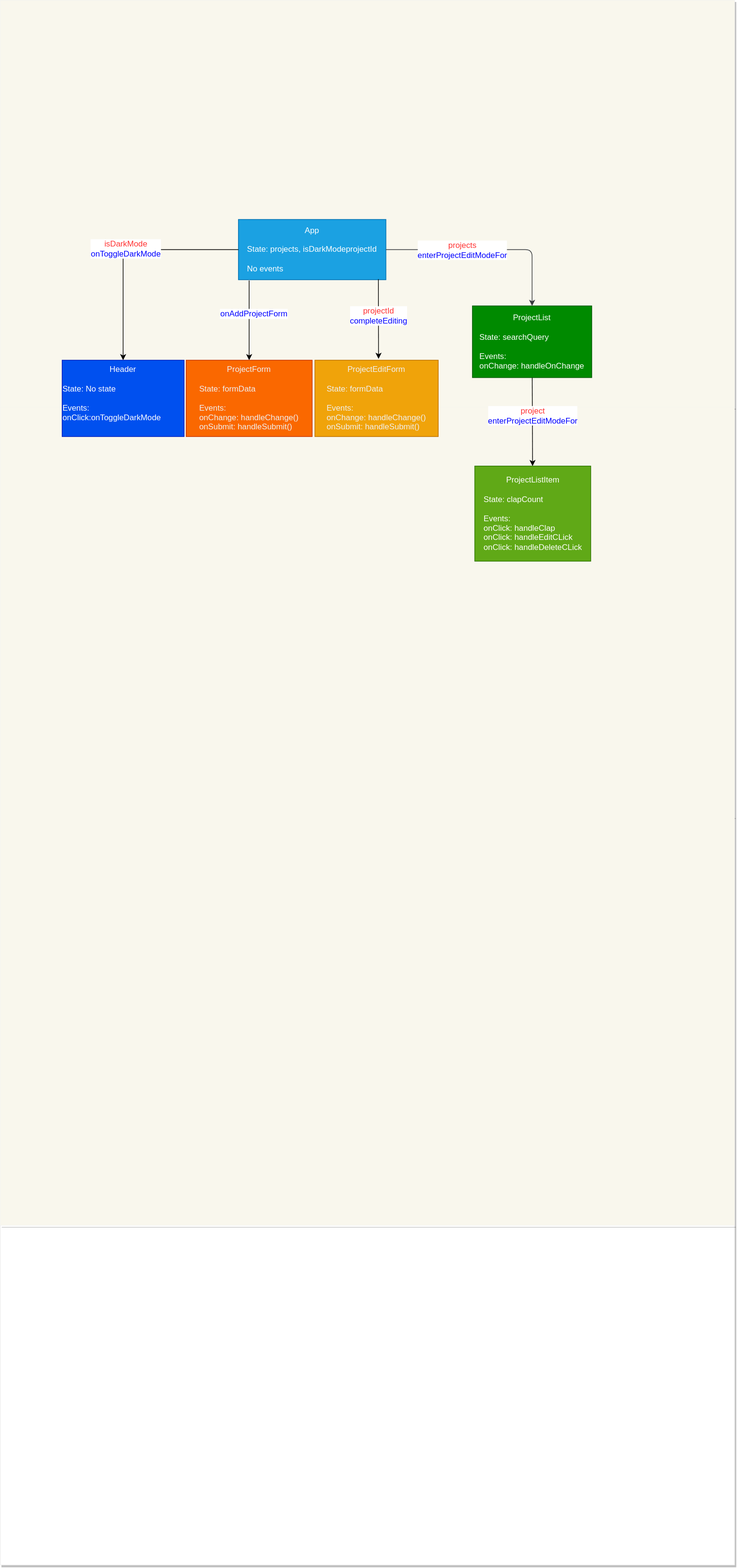
The draw.io diagram 06_PATCH_DELETE/project_showcase/src/components-diagram.drawio.svg in learn-co-students/SENG-LIVE-062722-Phase-2, before a commit. Source tidied: cells renumbered, new cells last; positions are measured from the earlier drawing's top-left corner, leaving out a move shared by most shapes.
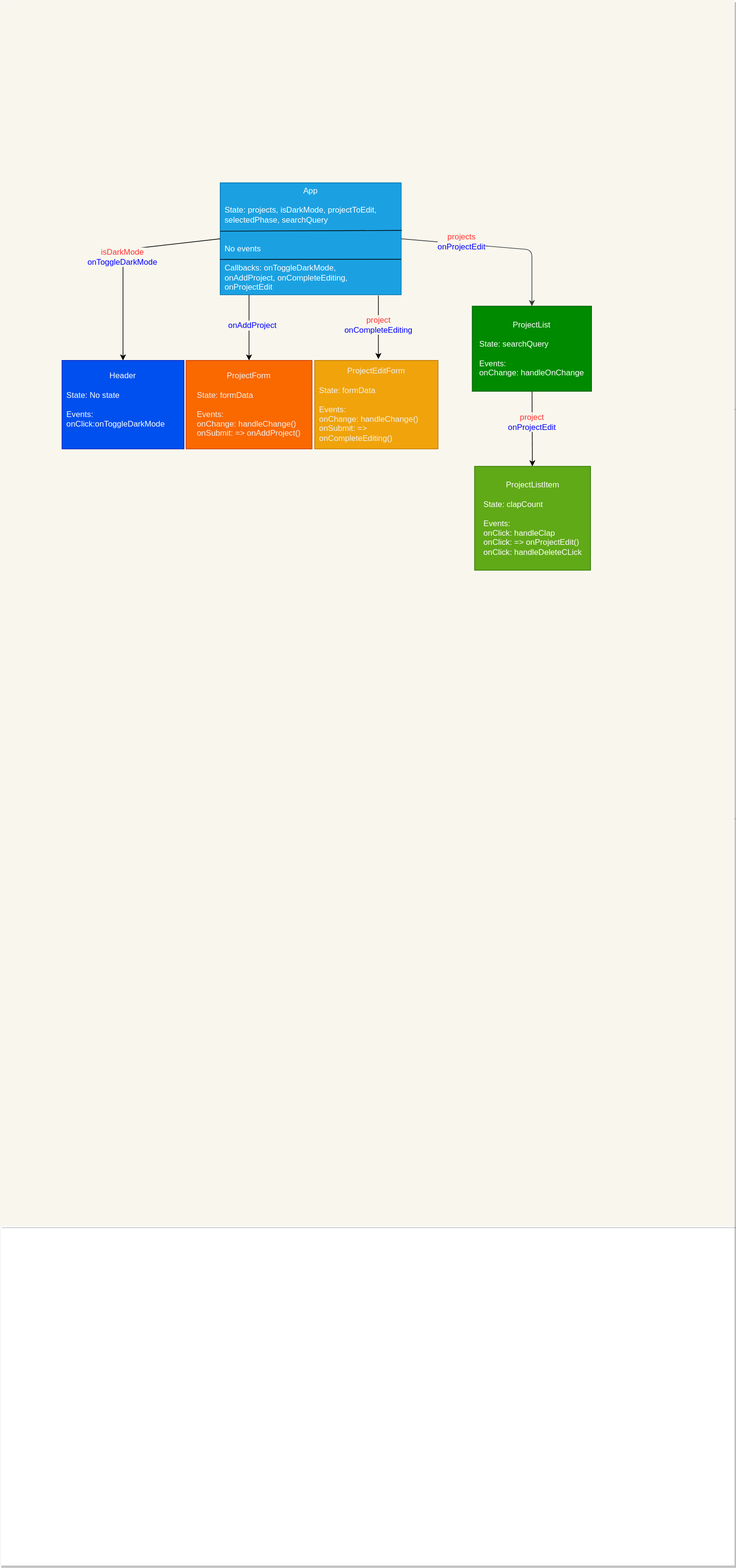
After the commit.

Change to the diagram source:
```diff
@@ -8,7 +8,7 @@
     <mxCell id="3" style="shape=partialRectangle;fillColor=none;top=0;left=0;bottom=0;right=0;" parent="2" vertex="1">
       <mxGeometry width="1095" height="607" as="geometry" />
     </mxCell>
-    <mxCell id="4" style="shape=partialRectangle;html=1;whiteSpace=wrap;overflow=hidden;fillColor=#f9f7ed;top=0;left=0;bottom=0;right=0;strokeColor=#36393d;" parent="3" vertex="1">
+    <mxCell id="4" style="shape=partialRectangle;html=1;whiteSpace=wrap;overflow=hidden;fillColor=#F9F7ED;top=0;left=0;bottom=0;right=0;strokeColor=#36393d;" parent="3" vertex="1">
       <mxGeometry width="1095" height="607" as="geometry" />
     </mxCell>
     <mxCell id="5" style="shape=partialRectangle;fillColor=none;top=0;left=0;bottom=0;right=0;" parent="2" vertex="1">
@@ -37,23 +37,23 @@
         </Array>
       </mxGeometry>
     </mxCell>
-    <mxCell id="12" value="App&lt;br&gt;&lt;br&gt;&lt;div style=&quot;text-align: left&quot;&gt;&lt;span&gt;State: projects, isDarkModeprojectId&lt;/span&gt;&lt;/div&gt;&lt;div style=&quot;text-align: left&quot;&gt;&lt;br&gt;&lt;/div&gt;&lt;div style=&quot;text-align: left&quot;&gt;&lt;span&gt;No events&lt;/span&gt;&lt;/div&gt;" style="rounded=0;whiteSpace=wrap;html=1;fillColor=#1ba1e2;fontColor=#ffffff;strokeColor=#006EAF;" parent="1" vertex="1">
-      <mxGeometry x="355" y="327" width="220" height="90" as="geometry" />
+    <mxCell id="12" value="App&lt;br&gt;&lt;br&gt;&lt;div style=&quot;text-align: left&quot;&gt;&lt;span&gt;State: projects, isDarkMode, projectToEdit, selectedPhase, searchQuery&lt;/span&gt;&lt;/div&gt;&lt;div style=&quot;text-align: left&quot;&gt;&lt;br&gt;&lt;/div&gt;&lt;div style=&quot;text-align: left&quot;&gt;&lt;br&gt;&lt;/div&gt;&lt;div style=&quot;text-align: left&quot;&gt;&lt;span&gt;No events&lt;/span&gt;&lt;/div&gt;&lt;div style=&quot;text-align: left&quot;&gt;&lt;br&gt;&lt;/div&gt;&lt;div style=&quot;text-align: left&quot;&gt;&lt;span&gt;Callbacks: onToggleDarkMode,&lt;/span&gt;&lt;/div&gt;&lt;div style=&quot;text-align: left&quot;&gt;&lt;span&gt;onAddProject, onCompleteEditing,&lt;/span&gt;&lt;/div&gt;&lt;div style=&quot;text-align: left&quot;&gt;&lt;span&gt;onProjectEdit&lt;/span&gt;&lt;/div&gt;" style="rounded=0;whiteSpace=wrap;html=1;fillColor=#1ba1e2;fontColor=#ffffff;strokeColor=#006EAF;spacingLeft=0;spacingBottom=0;spacingTop=0;spacingRight=0;spacing=8;" parent="1" vertex="1">
+      <mxGeometry x="328" y="272" width="270" height="167" as="geometry" />
     </mxCell>
-    <mxCell id="13" value="Header&lt;br&gt;&lt;br&gt;&lt;div style=&quot;text-align: left&quot;&gt;&lt;span&gt;State: No state&lt;/span&gt;&lt;/div&gt;&lt;div style=&quot;text-align: left&quot;&gt;&lt;br&gt;&lt;/div&gt;&lt;div style=&quot;text-align: left&quot;&gt;&lt;span&gt;Events: onClick:onToggleDarkMode&lt;/span&gt;&lt;/div&gt;&lt;div style=&quot;text-align: left&quot;&gt;&lt;span&gt;&lt;br&gt;&lt;/span&gt;&lt;/div&gt;" style="rounded=0;whiteSpace=wrap;html=1;fillColor=#0050ef;fontColor=#ffffff;strokeColor=#001DBC;" parent="1" vertex="1">
-      <mxGeometry x="92" y="537" width="182" height="114" as="geometry" />
+    <mxCell id="13" value="Header&lt;br&gt;&lt;br&gt;&lt;div style=&quot;text-align: left&quot;&gt;&lt;span&gt;State: No state&lt;/span&gt;&lt;/div&gt;&lt;div style=&quot;text-align: left&quot;&gt;&lt;br&gt;&lt;/div&gt;&lt;div style=&quot;text-align: left&quot;&gt;&lt;span&gt;Events: onClick:onToggleDarkMode&lt;/span&gt;&lt;/div&gt;&lt;div style=&quot;text-align: left&quot;&gt;&lt;span&gt;&lt;br&gt;&lt;/span&gt;&lt;/div&gt;" style="rounded=0;whiteSpace=wrap;html=1;fillColor=#0050ef;fontColor=#ffffff;strokeColor=#001DBC;spacing=8;" parent="1" vertex="1">
+      <mxGeometry x="92" y="537" width="182" height="132" as="geometry" />
     </mxCell>
-    <mxCell id="14" value="&lt;font color=&quot;#f0f0f0&quot;&gt;ProjectForm&lt;br&gt;&lt;br&gt;&lt;div style=&quot;text-align: left&quot;&gt;&lt;span&gt;State: formData&lt;/span&gt;&lt;/div&gt;&lt;div style=&quot;text-align: left&quot;&gt;&lt;span&gt;&lt;br&gt;&lt;/span&gt;&lt;/div&gt;&lt;div style=&quot;text-align: left&quot;&gt;&lt;span&gt;Events:&amp;nbsp;&lt;/span&gt;&lt;/div&gt;&lt;div style=&quot;text-align: left&quot;&gt;&lt;span&gt;onChange: handleChange()&lt;/span&gt;&lt;/div&gt;&lt;div style=&quot;text-align: left&quot;&gt;&lt;span&gt;onSubmit: handleSubmit()&lt;/span&gt;&lt;/div&gt;&lt;/font&gt;" style="rounded=0;whiteSpace=wrap;html=1;fillColor=#fa6800;fontColor=#000000;strokeColor=#C73500;" parent="1" vertex="1">
-      <mxGeometry x="277" y="537" width="188" height="114" as="geometry" />
+    <mxCell id="14" value="&lt;font color=&quot;#f0f0f0&quot;&gt;ProjectForm&lt;br&gt;&lt;br&gt;&lt;div style=&quot;text-align: left&quot;&gt;&lt;span&gt;State: formData&lt;/span&gt;&lt;/div&gt;&lt;div style=&quot;text-align: left&quot;&gt;&lt;span&gt;&lt;br&gt;&lt;/span&gt;&lt;/div&gt;&lt;div style=&quot;text-align: left&quot;&gt;&lt;span&gt;Events:&amp;nbsp;&lt;/span&gt;&lt;/div&gt;&lt;div style=&quot;text-align: left&quot;&gt;&lt;span&gt;onChange: handleChange()&lt;/span&gt;&lt;/div&gt;&lt;div style=&quot;text-align: left&quot;&gt;&lt;span&gt;onSubmit: =&amp;gt; onAddProject()&lt;/span&gt;&lt;/div&gt;&lt;/font&gt;" style="rounded=0;whiteSpace=wrap;html=1;fillColor=#fa6800;fontColor=#000000;strokeColor=#C73500;spacing=8;" parent="1" vertex="1">
+      <mxGeometry x="277" y="537" width="188" height="132" as="geometry" />
     </mxCell>
     <mxCell id="15" style="edgeStyle=none;html=1;strokeColor=#000000;" parent="1" edge="1" source="16" target="17">
       <mxGeometry relative="1" as="geometry" />
     </mxCell>
     <mxCell id="16" value="ProjectList&lt;br&gt;&lt;br&gt;&lt;div style=&quot;text-align: left&quot;&gt;&lt;span&gt;State: searchQuery&lt;/span&gt;&lt;/div&gt;&lt;div style=&quot;text-align: left&quot;&gt;&lt;br&gt;&lt;/div&gt;&lt;div style=&quot;text-align: left&quot;&gt;&lt;span&gt;Events:&lt;/span&gt;&lt;/div&gt;&lt;div style=&quot;text-align: left&quot;&gt;&lt;span&gt;onChange: handleOnChange&lt;/span&gt;&lt;/div&gt;" style="rounded=0;whiteSpace=wrap;html=1;fillColor=#008a00;strokeColor=#005700;fontColor=#ffffff;" parent="1" vertex="1">
-      <mxGeometry x="704" y="456" width="178" height="107" as="geometry" />
+      <mxGeometry x="704" y="456" width="178" height="127" as="geometry" />
     </mxCell>
-    <mxCell id="17" value="ProjectListItem&lt;br&gt;&lt;br&gt;&lt;div style=&quot;text-align: left&quot;&gt;State: clapCount&lt;/div&gt;&lt;div style=&quot;text-align: left&quot;&gt;&lt;br&gt;&lt;/div&gt;&lt;div style=&quot;text-align: left&quot;&gt;Events:&lt;/div&gt;&lt;div style=&quot;text-align: left&quot;&gt;onClick: handleClap&lt;/div&gt;&lt;div style=&quot;text-align: left&quot;&gt;onClick: handleEditCLick&lt;/div&gt;&lt;div style=&quot;text-align: left&quot;&gt;onClick: handleDeleteCLick&lt;/div&gt;" style="rounded=0;whiteSpace=wrap;html=1;fillColor=#60a917;fontColor=#ffffff;strokeColor=#2D7600;" parent="1" vertex="1">
-      <mxGeometry x="707.5" y="695" width="173" height="142" as="geometry" />
+    <mxCell id="17" value="ProjectListItem&lt;br&gt;&lt;br&gt;&lt;div style=&quot;text-align: left&quot;&gt;State: clapCount&lt;/div&gt;&lt;div style=&quot;text-align: left&quot;&gt;&lt;br&gt;&lt;/div&gt;&lt;div style=&quot;text-align: left&quot;&gt;Events:&lt;/div&gt;&lt;div style=&quot;text-align: left&quot;&gt;onClick: handleClap&lt;/div&gt;&lt;div style=&quot;text-align: left&quot;&gt;onClick: =&amp;gt; onProjectEdit()&lt;/div&gt;&lt;div style=&quot;text-align: left&quot;&gt;onClick: handleDeleteCLick&lt;/div&gt;" style="rounded=0;whiteSpace=wrap;html=1;fillColor=#60a917;fontColor=#ffffff;strokeColor=#2D7600;" parent="1" vertex="1">
+      <mxGeometry x="707.5" y="695" width="173" height="155" as="geometry" />
     </mxCell>
     <mxCell id="18" style="endArrow=classic;html=1;entryX=0.5;entryY=0;entryDx=0;entryDy=0;exitX=0;exitY=0.5;exitDx=0;exitDy=0;strokeColor=#000000;" parent="1" edge="1" source="12" target="13">
       <mxGeometry relative="1" as="geometry">
@@ -62,7 +62,7 @@
         </Array>
       </mxGeometry>
     </mxCell>
-    <mxCell id="19" value="&lt;font color=&quot;#ff3333&quot; style=&quot;font-size: 12px&quot;&gt;isDarkMode&lt;br&gt;&lt;/font&gt;&lt;font color=&quot;#0000ff&quot; style=&quot;font-size: 12px&quot;&gt;onToggleDarkMode&lt;/font&gt;" style="edgeLabel;html=1;align=center;verticalAlign=middle;fontColor=#F0F0F0;labelBackgroundColor=#FFFFFF;" parent="18" vertex="1">
+    <mxCell id="19" value="&lt;font color=&quot;#ff3333&quot; style=&quot;font-size: 12px&quot;&gt;isDarkMode&lt;br&gt;&lt;/font&gt;&lt;font color=&quot;#0000ff&quot; style=&quot;font-size: 12px&quot;&gt;onToggleDarkMode&lt;/font&gt;" style="edgeLabel;html=1;align=center;verticalAlign=middle;fontColor=#F0F0F0;labelBackgroundColor=#F9F7ED;" parent="18" vertex="1">
       <mxGeometry y="-2" relative="1" as="geometry" />
     </mxCell>
     <mxCell id="20" style="endArrow=classic;html=1;entryX=0.5;entryY=0;entryDx=0;entryDy=0;exitX=1;exitY=0.5;exitDx=0;exitDy=0;strokeColor=#36393d;fillColor=#ffff88;" parent="1" edge="1" source="12" target="16">
@@ -72,27 +72,37 @@
         </Array>
       </mxGeometry>
     </mxCell>
-    <mxCell id="21" value="&lt;font color=&quot;#f0f0f0&quot;&gt;ProjectEditForm&lt;br&gt;&lt;br&gt;&lt;/font&gt;&lt;div style=&quot;color: rgb(240 , 240 , 240) ; text-align: left&quot;&gt;State: formData&lt;/div&gt;&lt;div style=&quot;color: rgb(240 , 240 , 240) ; text-align: left&quot;&gt;&lt;br&gt;&lt;/div&gt;&lt;div style=&quot;color: rgb(240 , 240 , 240) ; text-align: left&quot;&gt;Events:&amp;nbsp;&lt;/div&gt;&lt;div style=&quot;color: rgb(240 , 240 , 240) ; text-align: left&quot;&gt;onChange: handleChange()&lt;/div&gt;&lt;div style=&quot;color: rgb(240 , 240 , 240) ; text-align: left&quot;&gt;onSubmit: handleSubmit()&lt;/div&gt;" style="rounded=0;whiteSpace=wrap;html=1;fillColor=#f0a30a;fontColor=#000000;strokeColor=#BD7000;" parent="1" vertex="1">
-      <mxGeometry x="469" y="537" width="184" height="114" as="geometry" />
+    <mxCell id="21" value="&lt;font color=&quot;#f0f0f0&quot;&gt;ProjectEditForm&lt;br&gt;&lt;br&gt;&lt;/font&gt;&lt;div style=&quot;color: rgb(240 , 240 , 240) ; text-align: left&quot;&gt;State: formData&lt;/div&gt;&lt;div style=&quot;color: rgb(240 , 240 , 240) ; text-align: left&quot;&gt;&lt;br&gt;&lt;/div&gt;&lt;div style=&quot;color: rgb(240 , 240 , 240) ; text-align: left&quot;&gt;Events:&amp;nbsp;&lt;/div&gt;&lt;div style=&quot;color: rgb(240 , 240 , 240) ; text-align: left&quot;&gt;onChange: handleChange()&lt;/div&gt;&lt;div style=&quot;color: rgb(240 , 240 , 240) ; text-align: left&quot;&gt;onSubmit: =&amp;gt; onCompleteEditing()&lt;/div&gt;" style="rounded=0;whiteSpace=wrap;html=1;fillColor=#f0a30a;fontColor=#000000;strokeColor=#BD7000;spacing=8;" parent="1" vertex="1">
+      <mxGeometry x="469" y="537" width="184" height="132" as="geometry" />
     </mxCell>
-    <mxCell id="22" style="edgeStyle=none;html=1;strokeColor=#000000;exitX=0.949;exitY=0.991;exitDx=0;exitDy=0;exitPerimeter=0;" parent="1" edge="1" source="12">
+    <mxCell id="22" style="edgeStyle=none;html=1;strokeColor=#000000;exitX=0.874;exitY=1.007;exitDx=0;exitDy=0;exitPerimeter=0;" parent="1" edge="1" source="12">
       <mxGeometry relative="1" as="geometry">
         <mxPoint x="564" y="535" as="targetPoint" />
       </mxGeometry>
     </mxCell>
-    <mxCell id="23" value="&lt;font style=&quot;font-size: 12px&quot;&gt;&lt;font color=&quot;#ff3333&quot;&gt;projectId&lt;br&gt;&lt;/font&gt;&lt;font color=&quot;#0000ff&quot;&gt;completeEditing&lt;/font&gt;&lt;/font&gt;" style="edgeLabel;html=1;align=center;verticalAlign=middle;fontColor=#F0F0F0;labelBackgroundColor=#FFFFFF;" parent="22" vertex="1">
+    <mxCell id="23" value="&lt;font style=&quot;font-size: 12px&quot;&gt;&lt;font color=&quot;#ff3333&quot;&gt;project&lt;br&gt;&lt;/font&gt;&lt;font color=&quot;#0000ff&quot;&gt;onCompleteEditing&lt;/font&gt;&lt;/font&gt;" style="edgeLabel;html=1;align=center;verticalAlign=middle;fontColor=#F0F0F0;labelBackgroundColor=#F9F7ED;" parent="22" vertex="1">
       <mxGeometry x="-0.09" y="-2" relative="1" as="geometry">
         <mxPoint x="2" as="offset" />
       </mxGeometry>
     </mxCell>
-    <mxCell id="24" value="&lt;font style=&quot;font-size: 12px&quot;&gt;&lt;font color=&quot;#ff3333&quot;&gt;projects&lt;br&gt;&lt;/font&gt;&lt;font color=&quot;#0000ff&quot;&gt;enterProjectEditModeFor&lt;/font&gt;&lt;/font&gt;" style="edgeLabel;html=1;align=center;verticalAlign=middle;fontColor=#F0F0F0;labelBackgroundColor=#FFFFFF;" parent="1" vertex="1">
-      <mxGeometry x="688" y="372" as="geometry" />
+    <mxCell id="24" value="&lt;font style=&quot;font-size: 12px&quot;&gt;&lt;font color=&quot;#ff3333&quot;&gt;projects&lt;br&gt;&lt;/font&gt;&lt;font color=&quot;#0000ff&quot;&gt;onProjectEdit&lt;/font&gt;&lt;/font&gt;" style="edgeLabel;html=1;align=center;verticalAlign=middle;fontColor=#F0F0F0;labelBackgroundColor=#F9F7ED;" parent="1" vertex="1">
+      <mxGeometry x="688" y="360" as="geometry" />
     </mxCell>
-    <mxCell id="25" value="&lt;font style=&quot;font-size: 12px&quot;&gt;&lt;font color=&quot;#ff3333&quot;&gt;project&lt;br&gt;&lt;/font&gt;&lt;font color=&quot;#0000ff&quot;&gt;enterProjectEditModeFor&lt;/font&gt;&lt;/font&gt;" style="edgeLabel;html=1;align=center;verticalAlign=middle;fontColor=#F0F0F0;labelBackgroundColor=#FFFFFF;" parent="1" vertex="1">
-      <mxGeometry x="793" y="619" as="geometry" />
+    <mxCell id="25" value="&lt;font style=&quot;font-size: 12px&quot;&gt;&lt;font color=&quot;#ff3333&quot;&gt;project&lt;br&gt;&lt;/font&gt;&lt;font color=&quot;#0000ff&quot;&gt;onProjectEdit&lt;br&gt;&lt;/font&gt;&lt;/font&gt;" style="edgeLabel;html=1;align=center;verticalAlign=middle;fontColor=#F0F0F0;labelBackgroundColor=#F9F7ED;" parent="1" vertex="1">
+      <mxGeometry x="793" y="629" as="geometry" />
     </mxCell>
-    <mxCell id="26" value="&lt;font color=&quot;#0000ff&quot; style=&quot;font-size: 12px&quot;&gt;onAddProjectForm&lt;/font&gt;" style="edgeLabel;html=1;align=center;verticalAlign=middle;fontColor=#F0F0F0;labelBackgroundColor=#FFFFFF;" parent="1" vertex="1">
-      <mxGeometry x="377" y="467" as="geometry" />
+    <mxCell id="26" value="&lt;font color=&quot;#0000ff&quot; style=&quot;font-size: 12px&quot;&gt;onAddProject&lt;br&gt;&lt;/font&gt;" style="edgeLabel;html=1;align=center;verticalAlign=middle;fontColor=#F0F0F0;labelBackgroundColor=#F9F7ED;" parent="1" vertex="1">
+      <mxGeometry x="376" y="485" as="geometry" />
     </mxCell>
+    <mxCell id="27" style="endArrow=none;html=1;exitX=0;exitY=0.432;exitDx=0;exitDy=0;exitPerimeter=0;" parent="1" edge="1" source="12">
+      <mxGeometry relative="1" as="geometry">
+        <mxPoint x="599" y="343" as="targetPoint" />
+      </mxGeometry>
+    </mxCell>
+    <mxCell id="28" style="endArrow=none;html=1;exitX=0;exitY=0.684;exitDx=0;exitDy=0;exitPerimeter=0;" parent="1" edge="1" source="12">
+      <mxGeometry relative="1" as="geometry">
+        <mxPoint x="598" y="386" as="targetPoint" />
+      </mxGeometry>
+    </mxCell>
   </root>
 </mxGraphModel>
```
